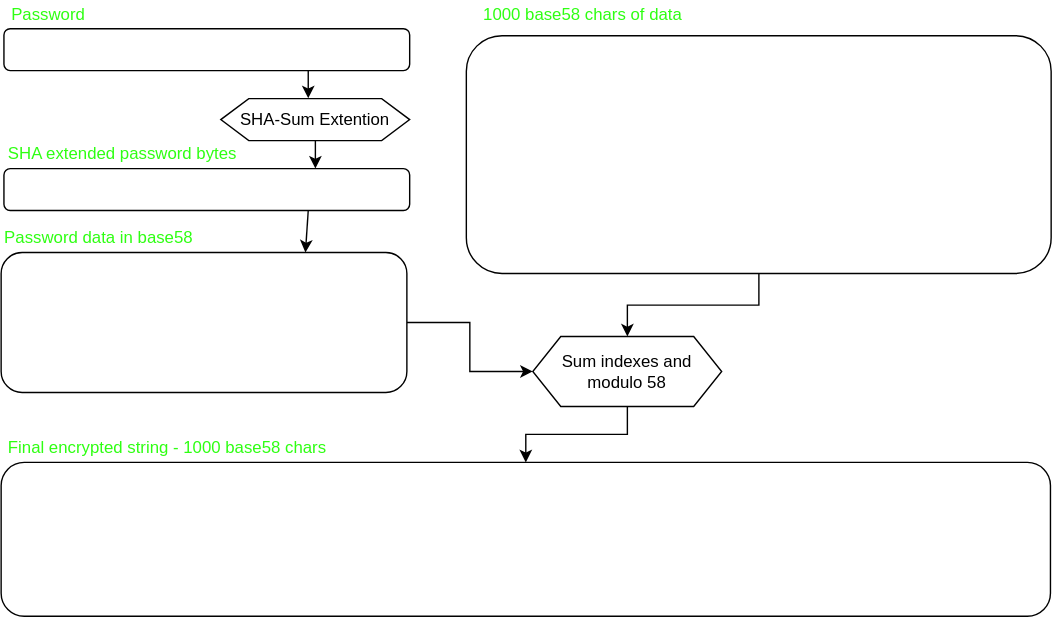
Earlier version of the draw.io export aes256cbc/obf_2_encrypt_flowchart.drawio.svg (lenron/trustnet). Source tidied: cells renumbered, new cells last; positions are measured from the earlier drawing's top-left corner, leaving out a move shared by most shapes.
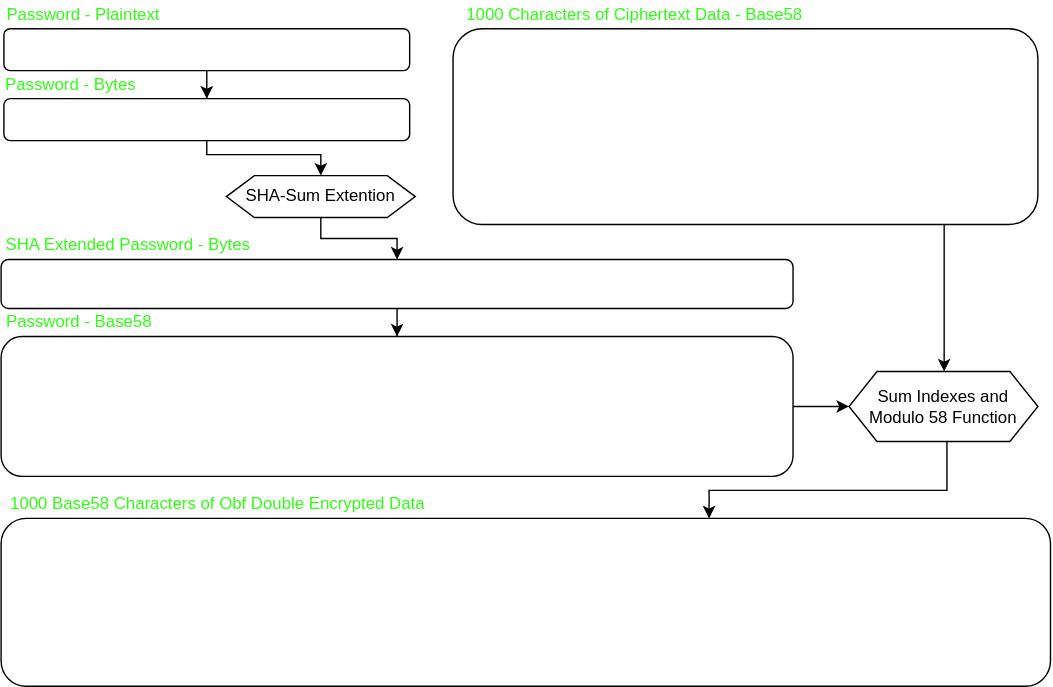
The same diagram one commit later.

Diff of the diagram source:
```diff
@@ -2,59 +2,88 @@
   <root>
     <mxCell id="0" />
     <mxCell id="1" parent="0" />
+    <mxCell id="12" style="edgeStyle=orthogonalEdgeStyle;rounded=0;jettySize=auto;html=1;entryX=0.5;entryY=0;entryDx=0;entryDy=0;" parent="1" edge="1" source="2" target="7">
+      <mxGeometry relative="1" as="geometry">
+        <Array as="points">
+          <mxPoint x="-943" y="230" />
+          <mxPoint x="-861" y="230" />
+        </Array>
+      </mxGeometry>
+    </mxCell>
     <mxCell id="2" style="rounded=1;whiteSpace=wrap;html=1;" parent="1" vertex="1">
-      <mxGeometry x="2" y="20" width="290" height="30" as="geometry" />
+      <mxGeometry x="-1088" y="190" width="290" height="30" as="geometry" />
     </mxCell>
-    <mxCell id="3" value="&lt;font style=&quot;color: light-dark(rgb(46, 255, 18), rgb(46, 255, 18));&quot;&gt;Password&lt;/font&gt;" style="text;html=1;align=center;verticalAlign=middle;whiteSpace=wrap;rounded=0;" parent="1" vertex="1">
-      <mxGeometry x="4" width="60" height="20" as="geometry" />
+    <mxCell id="3" value="&lt;font style=&quot;color: light-dark(rgb(46, 255, 18), rgb(46, 255, 18));&quot;&gt;Password - Plaintext&lt;/font&gt;" style="text;html=1;align=center;verticalAlign=middle;whiteSpace=wrap;rounded=0;" parent="1" vertex="1">
+      <mxGeometry x="-1088" y="120" width="114" height="20" as="geometry" />
     </mxCell>
-    <mxCell id="4" value="&lt;font style=&quot;color: light-dark(rgb(46, 255, 18), rgb(46, 255, 18));&quot;&gt;SHA extended password bytes&lt;/font&gt;" style="text;html=1;align=center;verticalAlign=middle;whiteSpace=wrap;rounded=0;" parent="1" vertex="1">
-      <mxGeometry x="2" y="100" width="170" height="20" as="geometry" />
+    <mxCell id="4" value="&lt;font style=&quot;color: light-dark(rgb(46, 255, 18), rgb(46, 255, 18));&quot;&gt;SHA Extended Password - Bytes&lt;/font&gt;" style="text;html=1;align=center;verticalAlign=middle;whiteSpace=wrap;rounded=0;" parent="1" vertex="1">
+      <mxGeometry x="-1090" y="285" width="182" height="20" as="geometry" />
     </mxCell>
-    <mxCell id="5" style="edgeStyle=orthogonalEdgeStyle;rounded=0;jettySize=auto;html=1;exitX=0.75;exitY=1;exitDx=0;exitDy=0;entryX=0.75;entryY=0;entryDx=0;entryDy=0;" parent="1" edge="1" source="6" target="15">
-      <mxGeometry relative="1" as="geometry" />
-    </mxCell>
-    <mxCell id="6" style="rounded=1;whiteSpace=wrap;html=1;" parent="1" vertex="1">
-      <mxGeometry x="2" y="120" width="290" height="30" as="geometry" />
-    </mxCell>
+    <mxCell id="20" style="edgeStyle=orthogonalEdgeStyle;rounded=0;jettySize=auto;html=1;" parent="1" edge="1" source="7" target="25">
+      <mxGeometry relative="1" as="geometry">
+        <Array as="points">
+          <mxPoint x="-861" y="290" />
+          <mxPoint x="-807" y="290" />
+        </Array>
+      </mxGeometry>
+    </mxCell>
     <mxCell id="7" value="SHA-Sum Extention" style="shape=hexagon;perimeter=hexagonPerimeter2;whiteSpace=wrap;html=1;fixedSize=1;" parent="1" vertex="1">
-      <mxGeometry x="157" y="70" width="135" height="30" as="geometry" />
+      <mxGeometry x="-929" y="245" width="135" height="30" as="geometry" />
     </mxCell>
-    <mxCell id="8" style="edgeStyle=orthogonalEdgeStyle;rounded=0;jettySize=auto;html=1;entryX=0.768;entryY=0.009;entryDx=0;entryDy=0;entryPerimeter=0;" parent="1" edge="1" source="7" target="6">
-      <mxGeometry relative="1" as="geometry" />
-    </mxCell>
     <mxCell id="9" style="edgeStyle=orthogonalEdgeStyle;rounded=0;jettySize=auto;html=1;" parent="1" edge="1" source="10" target="17">
-      <mxGeometry relative="1" as="geometry" />
+      <mxGeometry relative="1" as="geometry">
+        <Array as="points">
+          <mxPoint x="-416" y="350" />
+          <mxPoint x="-416" y="350" />
+        </Array>
+      </mxGeometry>
     </mxCell>
     <mxCell id="10" style="rounded=1;whiteSpace=wrap;html=1;" parent="1" vertex="1">
-      <mxGeometry x="332.5" y="25" width="418" height="170" as="geometry" />
+      <mxGeometry x="-767" y="140" width="418" height="140" as="geometry" />
     </mxCell>
-    <mxCell id="11" value="&lt;font style=&quot;color: light-dark(rgb(46, 255, 18), rgb(46, 255, 18));&quot;&gt;1000 base58 chars of data&lt;/font&gt;" style="text;html=1;align=center;verticalAlign=middle;whiteSpace=wrap;rounded=0;" parent="1" vertex="1">
-      <mxGeometry x="342" width="148" height="20" as="geometry" />
+    <mxCell id="11" value="&lt;span&gt;&lt;font style=&quot;color: light-dark(rgb(46, 255, 18), rgb(46, 255, 18));&quot;&gt;1000 Characters of Ciphertext Data - Base58&lt;/font&gt;&lt;/span&gt;" style="text;html=1;align=center;verticalAlign=middle;whiteSpace=wrap;rounded=0;" parent="1" vertex="1">
+      <mxGeometry x="-761.5" y="120" width="247.5" height="20" as="geometry" />
     </mxCell>
-    <mxCell id="12" style="edgeStyle=orthogonalEdgeStyle;rounded=0;jettySize=auto;html=1;exitX=0.75;exitY=1;exitDx=0;exitDy=0;entryX=0.463;entryY=-0.007;entryDx=0;entryDy=0;entryPerimeter=0;" parent="1" edge="1" source="2" target="7">
-      <mxGeometry relative="1" as="geometry" />
-    </mxCell>
-    <mxCell id="13" value="&lt;font style=&quot;color: light-dark(rgb(46, 255, 18), rgb(46, 255, 18));&quot;&gt;Password data in base58&lt;/font&gt;" style="text;html=1;align=center;verticalAlign=middle;whiteSpace=wrap;rounded=0;" parent="1" vertex="1">
-      <mxGeometry y="160" width="140" height="20" as="geometry" />
+    <mxCell id="13" value="&lt;font style=&quot;color: light-dark(rgb(46, 255, 18), rgb(46, 255, 18));&quot;&gt;Password - Base58&lt;/font&gt;" style="text;html=1;align=center;verticalAlign=middle;whiteSpace=wrap;rounded=0;" parent="1" vertex="1">
+      <mxGeometry x="-1090" y="340" width="112" height="20" as="geometry" />
     </mxCell>
-    <mxCell id="14" style="edgeStyle=orthogonalEdgeStyle;rounded=0;jettySize=auto;html=1;entryX=0;entryY=0.5;entryDx=0;entryDy=0;" parent="1" edge="1" source="15" target="17">
+    <mxCell id="14" style="edgeStyle=orthogonalEdgeStyle;rounded=0;jettySize=auto;html=1;" parent="1" edge="1" source="15" target="17">
       <mxGeometry relative="1" as="geometry" />
     </mxCell>
     <mxCell id="15" style="rounded=1;whiteSpace=wrap;html=1;" parent="1" vertex="1">
-      <mxGeometry y="180" width="290" height="100" as="geometry" />
+      <mxGeometry x="-1090" y="360" width="566" height="100" as="geometry" />
     </mxCell>
     <mxCell id="16" style="edgeStyle=orthogonalEdgeStyle;rounded=0;jettySize=auto;html=1;" parent="1" edge="1" source="17" target="18">
-      <mxGeometry relative="1" as="geometry" />
+      <mxGeometry relative="1" as="geometry">
+        <Array as="points">
+          <mxPoint x="-414" y="470" />
+          <mxPoint x="-584" y="470" />
+        </Array>
+      </mxGeometry>
     </mxCell>
-    <mxCell id="17" value="Sum indexes and modulo 58" style="shape=hexagon;perimeter=hexagonPerimeter2;whiteSpace=wrap;html=1;fixedSize=1;" parent="1" vertex="1">
-      <mxGeometry x="380" y="240" width="135" height="50" as="geometry" />
+    <mxCell id="17" value="Sum Indexes and Modulo 58 Function" style="shape=hexagon;perimeter=hexagonPerimeter2;whiteSpace=wrap;html=1;fixedSize=1;" parent="1" vertex="1">
+      <mxGeometry x="-484" y="385" width="135" height="50" as="geometry" />
     </mxCell>
     <mxCell id="18" style="rounded=1;whiteSpace=wrap;html=1;" parent="1" vertex="1">
-      <mxGeometry y="330" width="750" height="110" as="geometry" />
+      <mxGeometry x="-1090" y="490" width="750" height="120" as="geometry" />
     </mxCell>
-    <mxCell id="19" value="&lt;font style=&quot;color: light-dark(rgb(46, 255, 18), rgb(46, 255, 18));&quot;&gt;Final encrypted string - 1000 base58 chars&lt;/font&gt;" style="text;html=1;align=center;verticalAlign=middle;whiteSpace=wrap;rounded=0;" parent="1" vertex="1">
-      <mxGeometry x="4" y="310" width="230" height="20" as="geometry" />
+    <mxCell id="19" value="&lt;span&gt;&lt;font style=&quot;color: light-dark(rgb(46, 255, 18), rgb(46, 255, 18));&quot;&gt;1000 Base58 Characters of Obf Double Encrypted Data&lt;/font&gt;&lt;/span&gt;" style="text;html=1;align=center;verticalAlign=middle;whiteSpace=wrap;rounded=0;" parent="1" vertex="1">
+      <mxGeometry x="-1086" y="470" width="302" height="20" as="geometry" />
     </mxCell>
+    <mxCell id="21" style="edgeStyle=orthogonalEdgeStyle;rounded=0;jettySize=auto;html=1;entryX=0.5;entryY=0;entryDx=0;entryDy=0;" parent="1" edge="1" source="22" target="2">
+      <mxGeometry relative="1" as="geometry" />
+    </mxCell>
+    <mxCell id="22" style="rounded=1;whiteSpace=wrap;html=1;" parent="1" vertex="1">
+      <mxGeometry x="-1088" y="140" width="290" height="30" as="geometry" />
+    </mxCell>
+    <mxCell id="23" value="&lt;font style=&quot;color: light-dark(rgb(46, 255, 18), rgb(46, 255, 18));&quot;&gt;Password - Bytes&lt;/font&gt;" style="text;html=1;align=center;verticalAlign=middle;whiteSpace=wrap;rounded=0;" parent="1" vertex="1">
+      <mxGeometry x="-1088" y="170" width="96" height="20" as="geometry" />
+    </mxCell>
+    <mxCell id="24" style="edgeStyle=orthogonalEdgeStyle;rounded=0;jettySize=auto;html=1;" parent="1" edge="1" source="25" target="15">
+      <mxGeometry relative="1" as="geometry" />
+    </mxCell>
+    <mxCell id="25" style="rounded=1;whiteSpace=wrap;html=1;" parent="1" vertex="1">
+      <mxGeometry x="-1090" y="305" width="566" height="35" as="geometry" />
+    </mxCell>
   </root>
 </mxGraphModel>
```
